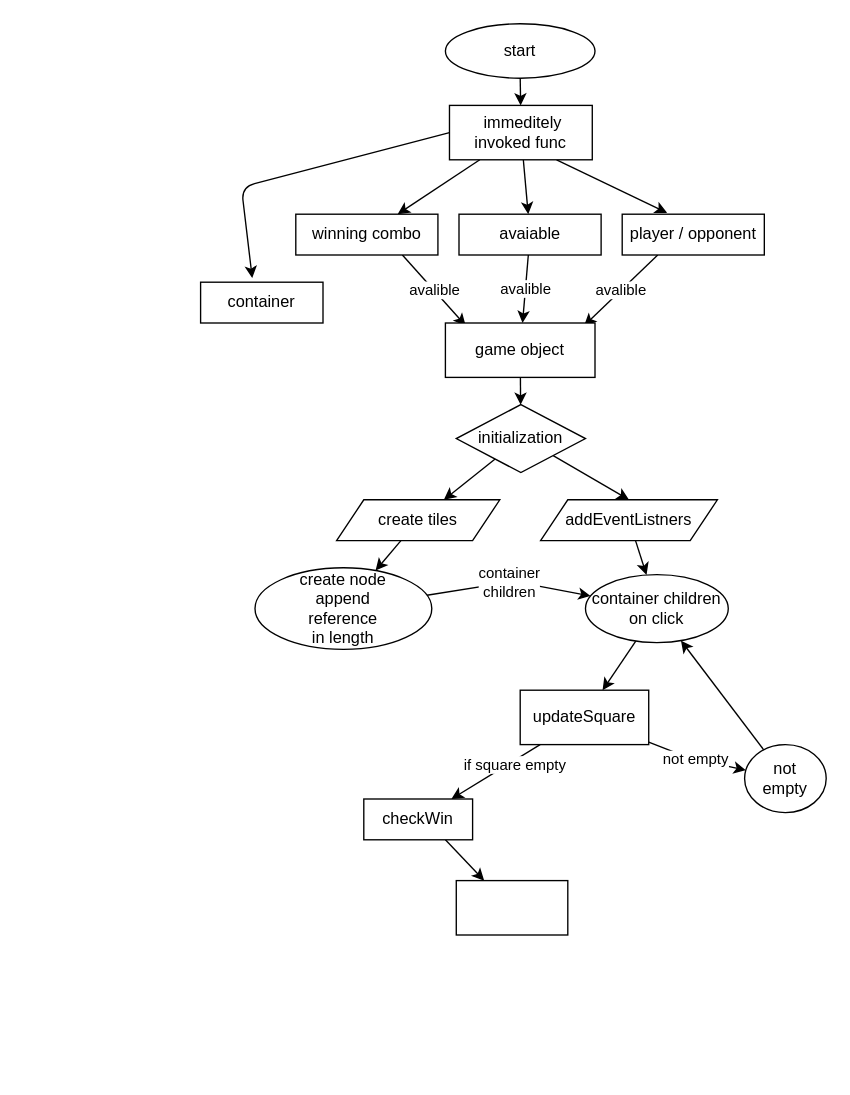
Earlier version of the draw.io diagram resources/thought.drawio (BentlyM/tic-tac-toe). Source tidied: cells renumbered, new cells numbered last; positions are measured from the earlier drawing's top-left corner, leaving out a move shared by most shapes. Both pictures are drawn from the tidied source at 136%, with x=0, y=0 at pixel (200, 23).
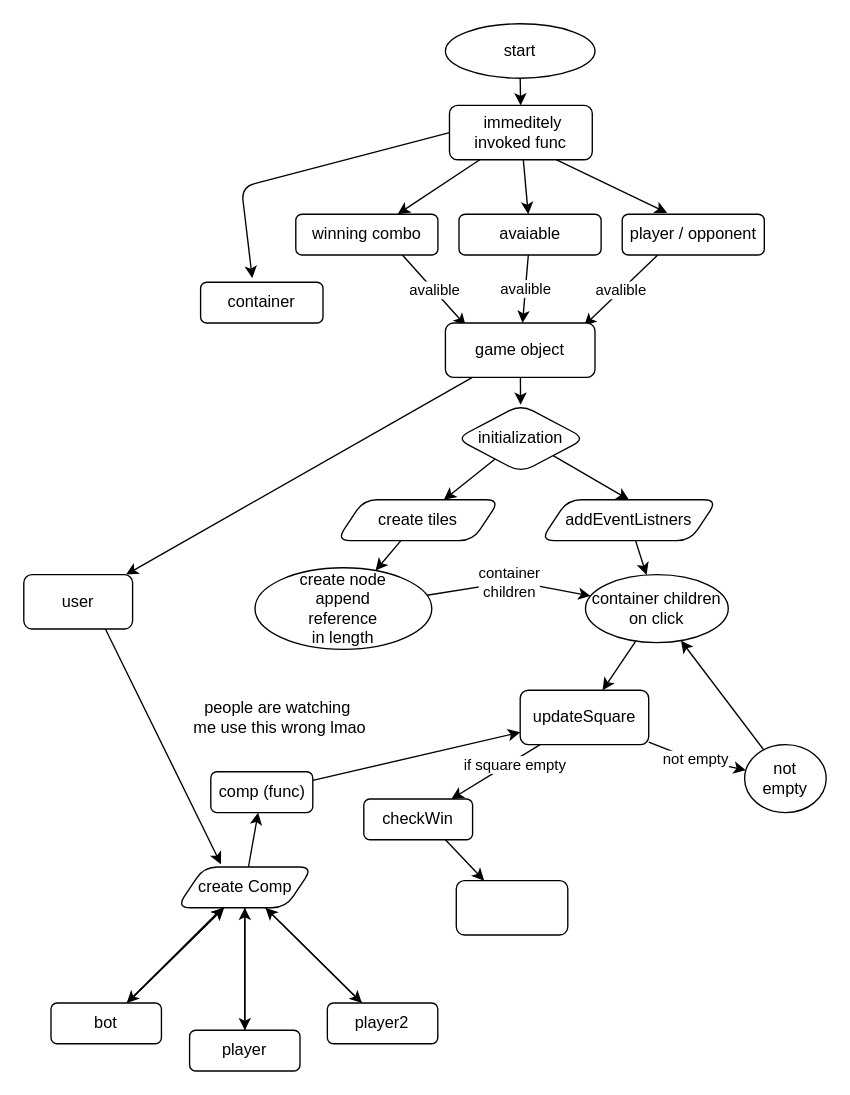
The same page after the edit.

Commit message (it also covers changes not shown here):
Fix turn logic and state persistence in game board

The change refers to these unchanged cells:
```xml
<mxCell id="29" style="edgeStyle=none;html=1;" parent="1" edge="1" source="32" target="34">
  <mxGeometry relative="1" as="geometry" />
</mxCell>
```

Change to the diagram source:
```diff
@@
-    <mxCell id="3" value="start" style="ellipse;whiteSpace=wrap;html=1;" parent="1" vertex="1">
+    <mxCell id="3" value="start" style="ellipse;whiteSpace=wrap;html=1;rounded=1;" parent="1" vertex="1">
       <mxGeometry x="180" width="110" height="40" as="geometry" />
     </mxCell>
@@
-    <mxCell id="8" value="&amp;nbsp;immeditely&lt;br&gt;invoked func" style="whiteSpace=wrap;html=1;" parent="1" vertex="1">
+    <mxCell id="8" value="&amp;nbsp;immeditely&lt;br&gt;invoked func" style="whiteSpace=wrap;html=1;rounded=1;" parent="1" vertex="1">
       <mxGeometry x="183" y="60" width="105" height="40" as="geometry" />
     </mxCell>
@@
-    <mxCell id="10" value="winning combo" style="whiteSpace=wrap;html=1;" parent="1" vertex="1">
+    <mxCell id="10" value="winning combo" style="whiteSpace=wrap;html=1;rounded=1;" parent="1" vertex="1">
       <mxGeometry x="70" y="140" width="104.5" height="30" as="geometry" />
     </mxCell>
@@
-    <mxCell id="12" value="avaiable" style="whiteSpace=wrap;html=1;" parent="1" vertex="1">
+    <mxCell id="12" value="avaiable" style="whiteSpace=wrap;html=1;rounded=1;" parent="1" vertex="1">
       <mxGeometry x="190" y="140" width="104.5" height="30" as="geometry" />
     </mxCell>
@@
-    <mxCell id="14" value="player / opponent" style="whiteSpace=wrap;html=1;" parent="1" vertex="1">
+    <mxCell id="14" value="player / opponent" style="whiteSpace=wrap;html=1;rounded=1;" parent="1" vertex="1">
       <mxGeometry x="310" y="140" width="104.5" height="30" as="geometry" />
     </mxCell>
-    <mxCell id="15" value="container" style="whiteSpace=wrap;html=1;" parent="1" vertex="1">
+    <mxCell id="15" value="container" style="whiteSpace=wrap;html=1;rounded=1;" parent="1" vertex="1">
       <mxGeometry y="190" width="90" height="30" as="geometry" />
     </mxCell>
@@
+    <mxCell id="38" style="edgeStyle=none;html=1;" parent="1" edge="1" source="17" target="55">
+      <mxGeometry relative="1" as="geometry" />
+    </mxCell>
-    <mxCell id="17" value="game object" style="whiteSpace=wrap;html=1;" parent="1" vertex="1">
+    <mxCell id="17" value="game object" style="whiteSpace=wrap;html=1;rounded=1;" parent="1" vertex="1">
       <mxGeometry x="180" y="220" width="110" height="40" as="geometry" />
     </mxCell>
@@
-    <mxCell id="20" value="initialization" style="rhombus;whiteSpace=wrap;html=1;" parent="1" vertex="1">
+    <mxCell id="20" value="initialization" style="rhombus;whiteSpace=wrap;html=1;rounded=1;" parent="1" vertex="1">
       <mxGeometry x="188" y="280" width="95" height="50" as="geometry" />
     </mxCell>
@@
-    <mxCell id="22" value="create tiles" style="shape=parallelogram;perimeter=parallelogramPerimeter;whiteSpace=wrap;html=1;fixedSize=1;" parent="1" vertex="1">
+    <mxCell id="22" value="create tiles" style="shape=parallelogram;perimeter=parallelogramPerimeter;whiteSpace=wrap;html=1;fixedSize=1;rounded=1;" parent="1" vertex="1">
       <mxGeometry x="100" y="350" width="120" height="30" as="geometry" />
     </mxCell>
@@
-    <mxCell id="24" value="addEventListners" style="shape=parallelogram;perimeter=parallelogramPerimeter;whiteSpace=wrap;html=1;fixedSize=1;" parent="1" vertex="1">
+    <mxCell id="24" value="addEventListners" style="shape=parallelogram;perimeter=parallelogramPerimeter;whiteSpace=wrap;html=1;fixedSize=1;rounded=1;" parent="1" vertex="1">
       <mxGeometry x="250" y="350" width="130" height="30" as="geometry" />
     </mxCell>
@@
-    <mxCell id="26" value="create node&lt;br&gt;append&lt;br&gt;reference&lt;br&gt;in length" style="ellipse;whiteSpace=wrap;html=1;" parent="1" vertex="1">
+    <mxCell id="26" value="create node&lt;br&gt;append&lt;br&gt;reference&lt;br&gt;in length" style="ellipse;whiteSpace=wrap;html=1;rounded=1;" parent="1" vertex="1">
       <mxGeometry x="40" y="400" width="130" height="60" as="geometry" />
     </mxCell>
@@
-    <mxCell id="28" value="container children on click" style="ellipse;whiteSpace=wrap;html=1;" parent="1" vertex="1">
+    <mxCell id="28" value="container children on click" style="ellipse;whiteSpace=wrap;html=1;rounded=1;" parent="1" vertex="1">
       <mxGeometry x="283" y="405" width="105" height="50" as="geometry" />
     </mxCell>
@@
-    <mxCell id="30" value="if square empty" style="edgeLabel;html=1;align=center;verticalAlign=middle;" parent="29" vertex="1">
+    <mxCell id="30" value="if square empty" style="edgeLabel;html=1;align=center;verticalAlign=middle;rounded=1;" parent="29" vertex="1">
       <mxGeometry x="-0.37" y="2" relative="1" as="geometry" />
     </mxCell>
@@
-    <mxCell id="32" value="updateSquare" style="whiteSpace=wrap;html=1;" parent="1" vertex="1">
+    <mxCell id="32" value="updateSquare" style="whiteSpace=wrap;html=1;rounded=1;" parent="1" vertex="1">
       <mxGeometry x="235" y="490" width="94.5" height="40" as="geometry" />
     </mxCell>
@@
-    <mxCell id="34" value="checkWin" style="whiteSpace=wrap;html=1;" parent="1" vertex="1">
+    <mxCell id="34" value="checkWin" style="whiteSpace=wrap;html=1;rounded=1;" parent="1" vertex="1">
       <mxGeometry x="120" y="570" width="80" height="30" as="geometry" />
     </mxCell>
@@
-    <mxCell id="36" value="not&lt;br&gt;empty" style="ellipse;whiteSpace=wrap;html=1;" parent="1" vertex="1">
+    <mxCell id="36" value="not&lt;br&gt;empty" style="ellipse;whiteSpace=wrap;html=1;rounded=1;" parent="1" vertex="1">
       <mxGeometry x="400" y="530" width="60" height="50" as="geometry" />
     </mxCell>
-    <mxCell id="37" style="whiteSpace=wrap;html=1;" parent="1" vertex="1">
+    <mxCell id="37" style="whiteSpace=wrap;html=1;rounded=1;" parent="1" vertex="1">
       <mxGeometry x="188" y="630" width="82" height="40" as="geometry" />
     </mxCell>
+    <mxCell id="39" style="edgeStyle=none;html=1;" parent="1" edge="1" source="40" target="32">
+      <mxGeometry relative="1" as="geometry" />
+    </mxCell>
+    <mxCell id="40" value="comp (func)" style="whiteSpace=wrap;html=1;rounded=1;" parent="1" vertex="1">
+      <mxGeometry x="7.5" y="550" width="75" height="30" as="geometry" />
+    </mxCell>
+    <mxCell id="41" style="edgeStyle=none;html=1;" parent="1" edge="1" source="45" target="40">
+      <mxGeometry relative="1" as="geometry" />
+    </mxCell>
+    <mxCell id="42" style="edgeStyle=none;html=1;" parent="1" edge="1" source="45" target="48">
+      <mxGeometry relative="1" as="geometry" />
+    </mxCell>
+    <mxCell id="43" style="edgeStyle=none;html=1;exitX=0.345;exitY=0.967;exitDx=0;exitDy=0;exitPerimeter=0;" parent="1" edge="1" source="45" target="51">
+      <mxGeometry relative="1" as="geometry" />
+    </mxCell>
+    <mxCell id="44" style="edgeStyle=none;html=1;" parent="1" edge="1" source="45" target="53">
+      <mxGeometry relative="1" as="geometry" />
+    </mxCell>
+    <mxCell id="45" value="create Comp" style="shape=parallelogram;perimeter=parallelogramPerimeter;whiteSpace=wrap;html=1;fixedSize=1;rounded=1;" parent="1" vertex="1">
+      <mxGeometry x="-17.5" y="620" width="100" height="30" as="geometry" />
+    </mxCell>
+    <mxCell id="46" value="people are watching&amp;nbsp;&lt;br&gt;me use this wrong lmao" style="text;html=1;align=center;verticalAlign=middle;strokeColor=none;fillColor=none;rounded=1;" parent="1" vertex="1">
+      <mxGeometry x="-17.5" y="490" width="150" height="40" as="geometry" />
+    </mxCell>
+    <mxCell id="47" style="edgeStyle=none;html=1;" parent="1" edge="1" source="48" target="45">
+      <mxGeometry relative="1" as="geometry" />
+    </mxCell>
+    <mxCell id="48" value="player" style="rounded=1;whiteSpace=wrap;html=1;" parent="1" vertex="1">
+      <mxGeometry x="-8.1" y="740" width="81.2" height="30" as="geometry" />
+    </mxCell>
+    <mxCell id="49" style="edgeStyle=none;html=1;" parent="1" edge="1" source="51" target="45">
+      <mxGeometry relative="1" as="geometry" />
+    </mxCell>
+    <mxCell id="50" style="edgeStyle=none;html=1;" parent="1" edge="1" source="51" target="45">
+      <mxGeometry relative="1" as="geometry" />
+    </mxCell>
+    <mxCell id="51" value="bot" style="rounded=1;whiteSpace=wrap;html=1;" parent="1" vertex="1">
+      <mxGeometry x="-110" y="720" width="81.2" height="30" as="geometry" />
+    </mxCell>
+    <mxCell id="52" style="edgeStyle=none;html=1;" parent="1" edge="1" source="53" target="45">
+      <mxGeometry relative="1" as="geometry" />
+    </mxCell>
+    <mxCell id="53" value="player2" style="rounded=1;whiteSpace=wrap;html=1;" parent="1" vertex="1">
+      <mxGeometry x="93.2" y="720" width="81.2" height="30" as="geometry" />
+    </mxCell>
+    <mxCell id="54" style="edgeStyle=none;html=1;exitX=0.75;exitY=1;exitDx=0;exitDy=0;entryX=0.325;entryY=-0.067;entryDx=0;entryDy=0;entryPerimeter=0;" parent="1" edge="1" source="55" target="45">
+      <mxGeometry relative="1" as="geometry" />
+    </mxCell>
+    <mxCell id="55" value="user" style="whiteSpace=wrap;html=1;rounded=1;" parent="1" vertex="1">
+      <mxGeometry x="-130" y="405" width="80" height="40" as="geometry" />
+    </mxCell>
```
